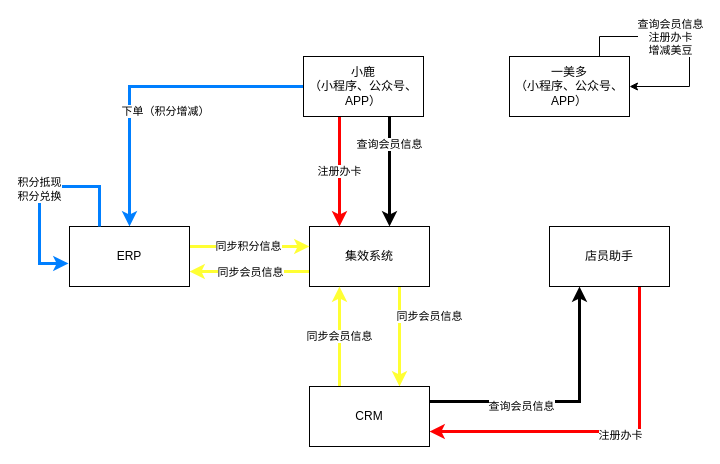
Above: page "Page-2" (2 of 2) of Untitled Diagram.drawio in JustDoItHilary/HilarysTraining (draw.io), before the change. Source tidied: cells renumbered, new cells numbered last; positions are measured from the earlier drawing's top-left corner, leaving out a move shared by most shapes. Both pictures are drawn from the tidied source at 100%, with x=0, y=0 at pixel (39, 36).
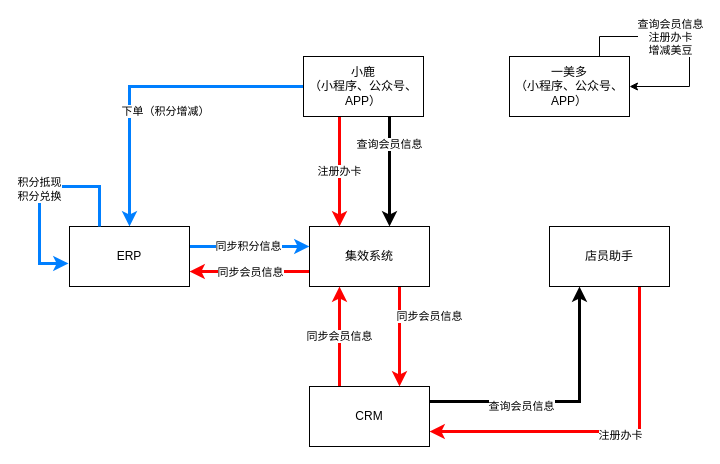
After the change.

The change refers to these unchanged cells:
```xml
<mxCell id="5" value="集效系统" style="rounded=0;whiteSpace=wrap;html=1;" parent="1" vertex="1">
  <mxGeometry x="270" y="190" width="120" height="60" as="geometry" />
</mxCell>
<mxCell id="12" value="ERP" style="rounded=0;whiteSpace=wrap;html=1;" parent="1" vertex="1">
  <mxGeometry x="30" y="190" width="120" height="60" as="geometry" />
</mxCell>
<mxCell id="19" value="CRM" style="rounded=0;whiteSpace=wrap;html=1;" parent="1" vertex="1">
  <mxGeometry x="270" y="350" width="120" height="60" as="geometry" />
</mxCell>
```

Diff of the diagram source:
```diff
@@
-    <mxCell id="2" style="edgeStyle=orthogonalEdgeStyle;rounded=0;jettySize=auto;html=1;entryX=1;entryY=0.75;entryDx=0;entryDy=0;fillColor=#fff2cc;strokeColor=#FFFF33;strokeWidth=3;" parent="1" edge="1" source="5" target="12">
+    <mxCell id="2" style="edgeStyle=orthogonalEdgeStyle;rounded=0;jettySize=auto;html=1;entryX=1;entryY=0.75;entryDx=0;entryDy=0;fillColor=#fff2cc;strokeWidth=3;strokeColor=#FF0000;" parent="1" edge="1" source="5" target="12">
       <mxGeometry relative="1" as="geometry">
         <Array as="points">
           <mxPoint x="270" y="235" />
           <mxPoint x="270" y="235" />
         </Array>
       </mxGeometry>
     </mxCell>
@@
-    <mxCell id="4" value="同步会员信息" style="edgeStyle=orthogonalEdgeStyle;rounded=0;jettySize=auto;html=1;exitX=0.75;exitY=1;exitDx=0;exitDy=0;entryX=0.75;entryY=0;entryDx=0;entryDy=0;fillColor=#fff2cc;strokeColor=#FFFF33;strokeWidth=3;" parent="1" edge="1" source="5" target="19">
+    <mxCell id="4" value="同步会员信息" style="edgeStyle=orthogonalEdgeStyle;rounded=0;jettySize=auto;html=1;exitX=0.75;exitY=1;exitDx=0;exitDy=0;entryX=0.75;entryY=0;entryDx=0;entryDy=0;fillColor=#fff2cc;strokeWidth=3;strokeColor=#FF0000;" parent="1" edge="1" source="5" target="19">
       <mxGeometry x="-0.4" y="30" relative="1" as="geometry" />
     </mxCell>
@@
-    <mxCell id="10" style="edgeStyle=orthogonalEdgeStyle;rounded=0;jettySize=auto;html=1;fillColor=#fff2cc;strokeColor=#FFFF33;strokeWidth=3;" parent="1" edge="1" source="12">
+    <mxCell id="10" style="edgeStyle=orthogonalEdgeStyle;rounded=0;jettySize=auto;html=1;fillColor=#fff2cc;strokeWidth=3;strokeColor=#007FFF;" parent="1" edge="1" source="12">
       <mxGeometry relative="1" as="geometry">
         <mxPoint x="270" y="210" as="targetPoint" />
         <Array as="points">
           <mxPoint x="180" y="210" />
           <mxPoint x="180" y="210" />
         </Array>
       </mxGeometry>
     </mxCell>
@@
-    <mxCell id="16" value="同步会员信息" style="edgeStyle=orthogonalEdgeStyle;rounded=0;jettySize=auto;html=1;fillColor=#fff2cc;strokeColor=#FFFF33;strokeWidth=3;" parent="1" edge="1" source="19" target="5">
+    <mxCell id="16" value="同步会员信息" style="edgeStyle=orthogonalEdgeStyle;rounded=0;jettySize=auto;html=1;fillColor=#fff2cc;strokeWidth=3;strokeColor=#FF0000;" parent="1" edge="1" source="19" target="5">
       <mxGeometry relative="1" as="geometry">
         <Array as="points">
           <mxPoint x="300" y="320" />
           <mxPoint x="300" y="320" />
         </Array>
       </mxGeometry>
     </mxCell>
```
